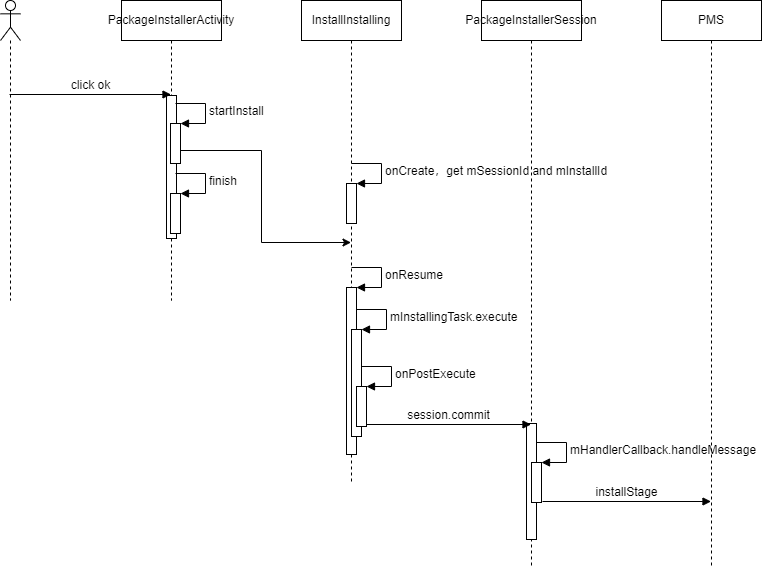
The draw.io diagram res/PackageInstaller 安装 apk 过程.drawio.png in huanggenghg/huanggenghg, before a commit. Source tidied: cells renumbered, new cells last; positions are measured from the earlier drawing's top-left corner, leaving out a move shared by most shapes. The source it was exported from:
```xml
<mxGraphModel>
  <root>
    <mxCell id="0" />
    <mxCell id="1" parent="0" />
    <mxCell id="2" style="edgeStyle=orthogonalEdgeStyle;rounded=0;jettySize=auto;html=1;" parent="1" edge="1" source="3" target="11">
      <mxGeometry relative="1" as="geometry" />
    </mxCell>
    <mxCell id="3" value="PackageInstallerActivity" style="shape=umlLifeline;perimeter=lifelinePerimeter;whiteSpace=wrap;html=1;outlineConnect=0;" parent="1" vertex="1">
      <mxGeometry x="121" width="100" height="300" as="geometry" />
    </mxCell>
    <mxCell id="4" style="html=1;perimeter=orthogonalPerimeter;" parent="3" vertex="1">
      <mxGeometry x="45" y="95" width="10" height="143" as="geometry" />
    </mxCell>
    <mxCell id="5" style="html=1;points=[];perimeter=orthogonalPerimeter;" parent="3" vertex="1">
      <mxGeometry x="49" y="123" width="10" height="40" as="geometry" />
    </mxCell>
    <mxCell id="6" value="startInstall" style="edgeStyle=orthogonalEdgeStyle;html=1;align=left;spacingLeft=2;endArrow=block;rounded=0;entryX=1;entryY=0;" parent="3" edge="1" target="5">
      <mxGeometry relative="1" as="geometry">
        <mxPoint x="54" y="103" as="sourcePoint" />
        <Array as="points">
          <mxPoint x="84" y="103" />
        </Array>
      </mxGeometry>
    </mxCell>
    <mxCell id="7" style="html=1;points=[];perimeter=orthogonalPerimeter;" parent="3" vertex="1">
      <mxGeometry x="49" y="193" width="10" height="40" as="geometry" />
    </mxCell>
    <mxCell id="8" value="finish" style="edgeStyle=orthogonalEdgeStyle;html=1;align=left;spacingLeft=2;endArrow=block;rounded=0;entryX=1;entryY=0;" parent="3" edge="1" target="7">
      <mxGeometry relative="1" as="geometry">
        <mxPoint x="54" y="173" as="sourcePoint" />
        <Array as="points">
          <mxPoint x="84" y="173" />
        </Array>
      </mxGeometry>
    </mxCell>
    <mxCell id="9" style="shape=umlLifeline;participant=umlActor;perimeter=lifelinePerimeter;whiteSpace=wrap;html=1;verticalAlign=top;spacingTop=36;" parent="1" vertex="1">
      <mxGeometry width="20" height="300" as="geometry" />
    </mxCell>
    <mxCell id="10" value="click ok" style="html=1;verticalAlign=bottom;endArrow=block;rounded=0;" parent="1" edge="1" target="3">
      <mxGeometry relative="1" as="geometry">
        <mxPoint x="9" y="94" as="sourcePoint" />
      </mxGeometry>
    </mxCell>
    <mxCell id="11" value="InstallInstalling" style="shape=umlLifeline;perimeter=lifelinePerimeter;whiteSpace=wrap;html=1;outlineConnect=0;" parent="1" vertex="1">
      <mxGeometry x="301" width="100" height="484" as="geometry" />
    </mxCell>
    <mxCell id="12" style="html=1;points=[];perimeter=orthogonalPerimeter;" parent="11" vertex="1">
      <mxGeometry x="45" y="183" width="10" height="40" as="geometry" />
    </mxCell>
    <mxCell id="13" value="onCreate，get mSessionId and mInstallId" style="edgeStyle=orthogonalEdgeStyle;html=1;align=left;spacingLeft=2;endArrow=block;rounded=0;entryX=1;entryY=0;" parent="11" edge="1" target="12">
      <mxGeometry relative="1" as="geometry">
        <mxPoint x="50" y="163" as="sourcePoint" />
        <Array as="points">
          <mxPoint x="80" y="163" />
        </Array>
      </mxGeometry>
    </mxCell>
    <mxCell id="14" style="html=1;points=[];perimeter=orthogonalPerimeter;" parent="11" vertex="1">
      <mxGeometry x="45" y="287" width="10" height="167" as="geometry" />
    </mxCell>
    <mxCell id="15" value="onResume" style="edgeStyle=orthogonalEdgeStyle;html=1;align=left;spacingLeft=2;endArrow=block;rounded=0;entryX=1;entryY=0;" parent="11" edge="1" target="14">
      <mxGeometry relative="1" as="geometry">
        <mxPoint x="50" y="267" as="sourcePoint" />
        <Array as="points">
          <mxPoint x="80" y="267" />
        </Array>
      </mxGeometry>
    </mxCell>
    <mxCell id="16" style="html=1;points=[];perimeter=orthogonalPerimeter;" parent="11" vertex="1">
      <mxGeometry x="50" y="329" width="10" height="107" as="geometry" />
    </mxCell>
    <mxCell id="17" value="mInstallingTask.execute" style="edgeStyle=orthogonalEdgeStyle;html=1;align=left;spacingLeft=2;endArrow=block;rounded=0;entryX=1;entryY=0;" parent="11" edge="1" target="16">
      <mxGeometry relative="1" as="geometry">
        <mxPoint x="55" y="309" as="sourcePoint" />
        <Array as="points">
          <mxPoint x="85" y="309" />
        </Array>
      </mxGeometry>
    </mxCell>
    <mxCell id="18" style="html=1;points=[];perimeter=orthogonalPerimeter;" parent="11" vertex="1">
      <mxGeometry x="55" y="386" width="10" height="40" as="geometry" />
    </mxCell>
    <mxCell id="19" value="onPostExecute" style="edgeStyle=orthogonalEdgeStyle;html=1;align=left;spacingLeft=2;endArrow=block;rounded=0;entryX=1;entryY=0;" parent="11" edge="1" target="18">
      <mxGeometry relative="1" as="geometry">
        <mxPoint x="60" y="366" as="sourcePoint" />
        <Array as="points">
          <mxPoint x="90" y="366" />
        </Array>
      </mxGeometry>
    </mxCell>
    <mxCell id="20" value="PackageInstallerSession" style="shape=umlLifeline;perimeter=lifelinePerimeter;whiteSpace=wrap;html=1;outlineConnect=0;" parent="1" vertex="1">
      <mxGeometry x="481" width="100" height="567" as="geometry" />
    </mxCell>
    <mxCell id="21" style="html=1;perimeter=orthogonalPerimeter;" parent="20" vertex="1">
      <mxGeometry x="45" y="423" width="10" height="116" as="geometry" />
    </mxCell>
    <mxCell id="22" style="html=1;points=[];perimeter=orthogonalPerimeter;" parent="20" vertex="1">
      <mxGeometry x="50" y="462" width="10" height="40" as="geometry" />
    </mxCell>
    <mxCell id="23" value="mHandlerCallback.handleMessage" style="edgeStyle=orthogonalEdgeStyle;html=1;align=left;spacingLeft=2;endArrow=block;rounded=0;entryX=1;entryY=0;" parent="20" edge="1" target="22">
      <mxGeometry relative="1" as="geometry">
        <mxPoint x="55" y="442" as="sourcePoint" />
        <Array as="points">
          <mxPoint x="85" y="442" />
        </Array>
      </mxGeometry>
    </mxCell>
    <mxCell id="24" value="session.commit" style="html=1;verticalAlign=bottom;endArrow=block;rounded=0;" parent="1" edge="1" target="20">
      <mxGeometry relative="1" as="geometry">
        <mxPoint x="366" y="424" as="sourcePoint" />
      </mxGeometry>
    </mxCell>
    <mxCell id="25" value="PMS" style="shape=umlLifeline;perimeter=lifelinePerimeter;whiteSpace=wrap;html=1;outlineConnect=0;" parent="1" vertex="1">
      <mxGeometry x="661" width="100" height="567" as="geometry" />
    </mxCell>
    <mxCell id="26" value="installStage" style="html=1;verticalAlign=bottom;endArrow=block;rounded=0;" parent="1" edge="1" target="25">
      <mxGeometry relative="1" as="geometry">
        <mxPoint x="542" y="501" as="sourcePoint" />
      </mxGeometry>
    </mxCell>
  </root>
</mxGraphModel>
```
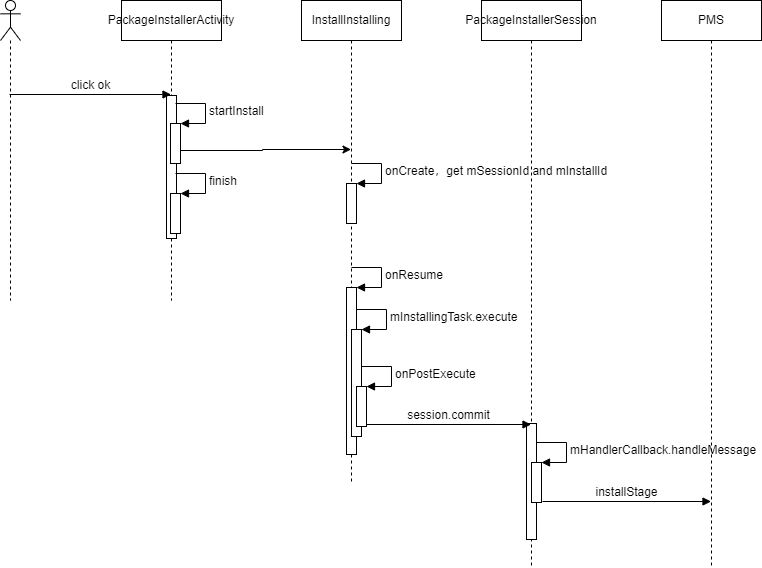
The same file after the commit.

Commit message:
更新PackageInstaller 安装 apk 过程.drawio.png

Diff of the diagram source:
```diff
@@ -2,8 +2,14 @@
   <root>
     <mxCell id="0" />
     <mxCell id="1" parent="0" />
-    <mxCell id="2" style="edgeStyle=orthogonalEdgeStyle;rounded=0;jettySize=auto;html=1;" parent="1" edge="1" source="3" target="11">
-      <mxGeometry relative="1" as="geometry" />
+    <mxCell id="2" style="edgeStyle=orthogonalEdgeStyle;rounded=0;jettySize=auto;html=1;" parent="1" edge="1" target="11">
+      <mxGeometry relative="1" as="geometry">
+        <mxPoint x="168.5" y="150" as="sourcePoint" />
+        <Array as="points">
+          <mxPoint x="262" y="150" />
+          <mxPoint x="262" y="149" />
+        </Array>
+      </mxGeometry>
     </mxCell>
     <mxCell id="3" value="PackageInstallerActivity" style="shape=umlLifeline;perimeter=lifelinePerimeter;whiteSpace=wrap;html=1;outlineConnect=0;" parent="1" vertex="1">
       <mxGeometry x="121" width="100" height="300" as="geometry" />
```
